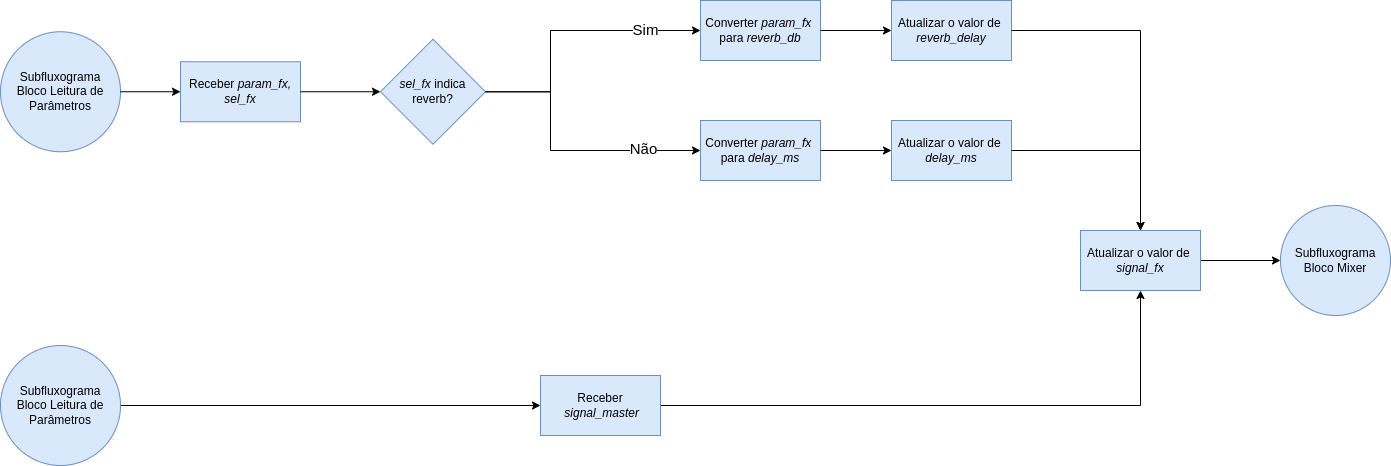
Earlier version of the draw.io export graphs/fig56.drawio.png (joselitopradomarques/tcc). Source tidied: cells renumbered, new cells last; positions are measured from the earlier drawing's top-left corner, leaving out a move shared by most shapes.
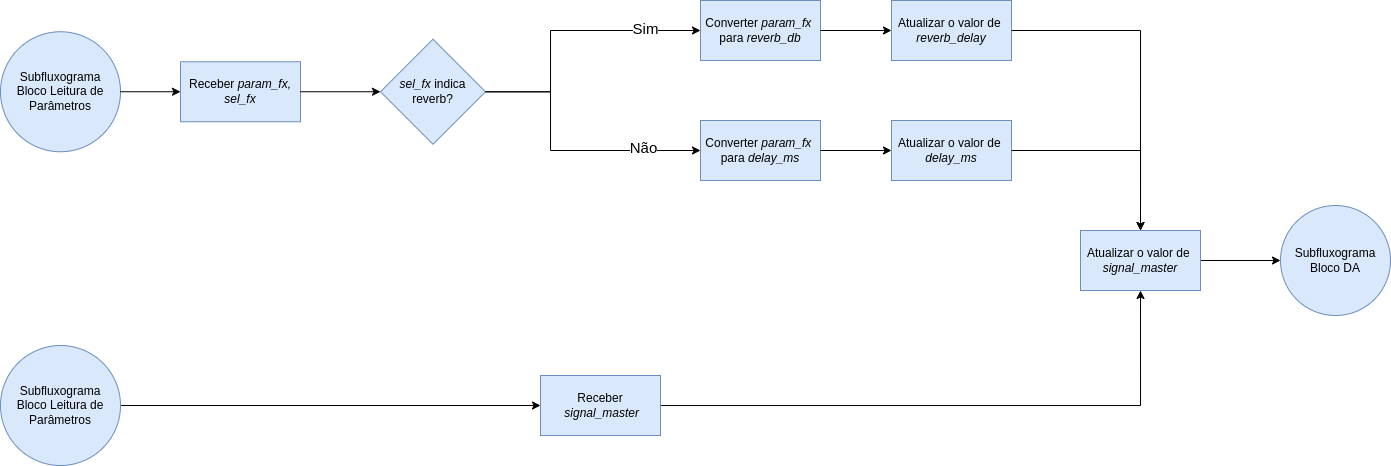
After the commit.

The edit, as a diff of the source:
```diff
@@ -48,13 +48,13 @@
     <mxCell id="13" style="edgeStyle=none;html=1;rounded=0;" parent="1" edge="1" source="9" target="12">
       <mxGeometry relative="1" as="geometry" />
     </mxCell>
-    <mxCell id="14" value="Subfluxograma&lt;br&gt;Bloco Mixer" style="ellipse;whiteSpace=wrap;html=1;fillColor=#dae8fc;strokeColor=#6c8ebf;" parent="1" vertex="1">
+    <mxCell id="14" value="Subfluxograma&lt;br&gt;Bloco DA" style="ellipse;whiteSpace=wrap;html=1;fillColor=#dae8fc;strokeColor=#6c8ebf;" parent="1" vertex="1">
       <mxGeometry x="1280" y="205" width="110" height="110" as="geometry" />
     </mxCell>
     <mxCell id="15" style="edgeStyle=orthogonalEdgeStyle;shape=connector;rounded=0;html=1;labelBackgroundColor=default;strokeColor=default;fontFamily=Helvetica;fontSize=11;fontColor=default;endArrow=classic;" parent="1" edge="1" source="16" target="14">
       <mxGeometry relative="1" as="geometry" />
     </mxCell>
-    <mxCell id="16" value="Atualizar o valor de&amp;nbsp;&lt;br style=&quot;border-color: var(--border-color);&quot;&gt;&lt;i&gt;signal_fx&lt;/i&gt;" style="rounded=0;whiteSpace=wrap;html=1;fillColor=#dae8fc;strokeColor=#6c8ebf;" parent="1" vertex="1">
+    <mxCell id="16" value="Atualizar o valor de&amp;nbsp;&lt;br style=&quot;border-color: var(--border-color);&quot;&gt;&lt;i&gt;signal_master&lt;/i&gt;" style="rounded=0;whiteSpace=wrap;html=1;fillColor=#dae8fc;strokeColor=#6c8ebf;" parent="1" vertex="1">
       <mxGeometry x="1080" y="230" width="120" height="60" as="geometry" />
     </mxCell>
     <mxCell id="17" style="edgeStyle=orthogonalEdgeStyle;shape=connector;rounded=0;html=1;labelBackgroundColor=default;strokeColor=default;fontFamily=Helvetica;fontSize=11;fontColor=default;endArrow=classic;entryX=0.5;entryY=0;entryDx=0;entryDy=0;" parent="1" edge="1" source="3" target="16">
```
